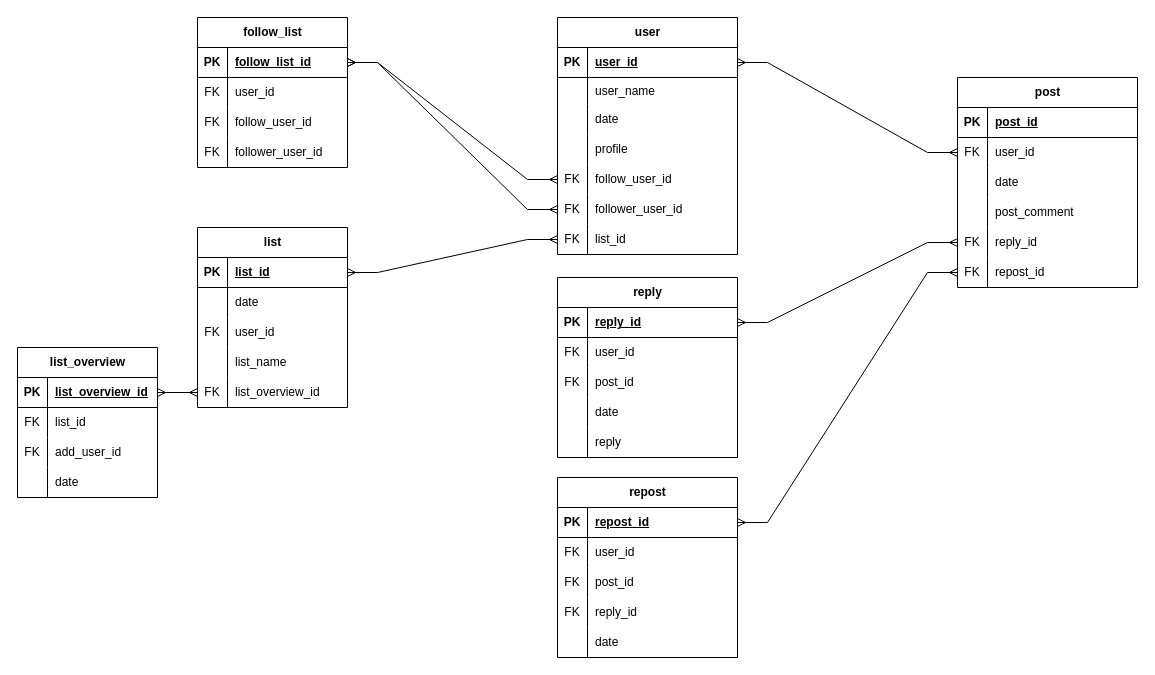
This is X.drawio from namacosansan/ER, a draw.io file, before an edit. Source tidied: cells renumbered, new cells numbered last; positions are measured from the earlier drawing's top-left corner, leaving out a move shared by most shapes. Both pictures are drawn from the tidied source at 100%, with x=0, y=0 at pixel (17, 17).
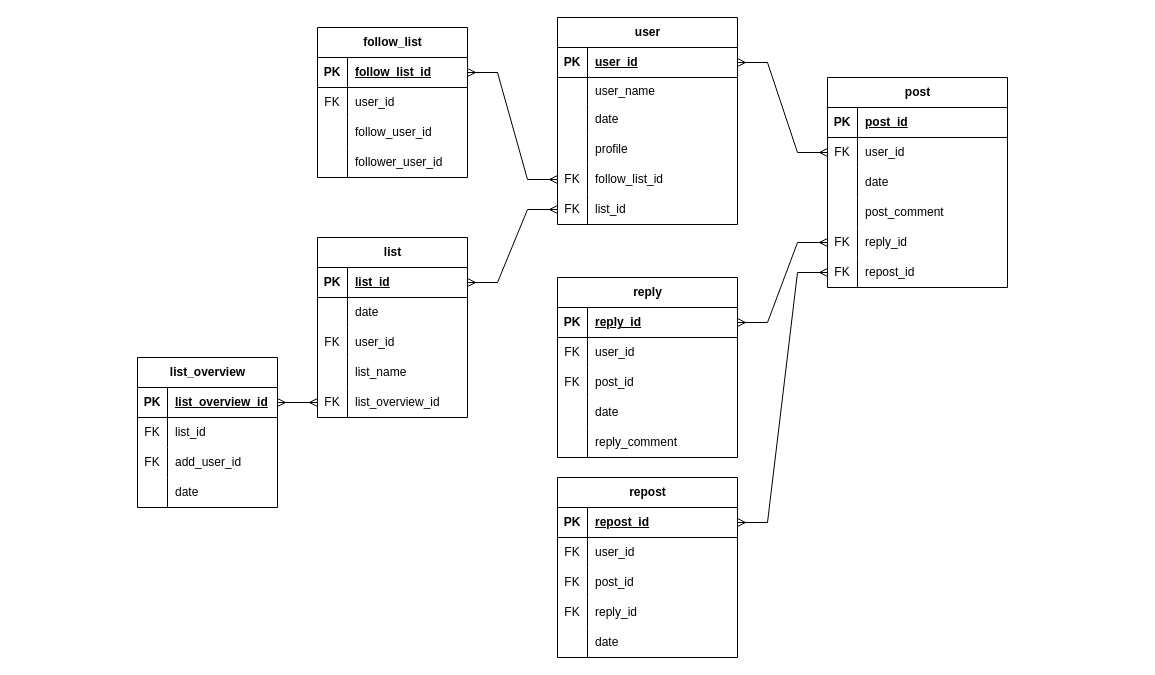
Above is the later version.

Commit message:
X.drawio を更新します

The change refers to these unchanged cells:
```xml
<mxCell id="15" style="shape=tableRow;horizontal=0;startSize=0;swimlaneHead=0;swimlaneBody=0;fillColor=none;points=[[0,0.5],[1,0.5]];portConstraint=eastwest;top=0;left=0;right=0;bottom=0;" parent="2" vertex="1">
  <mxGeometry y="147" width="180" height="30" as="geometry" />
</mxCell>
<mxCell id="37" style="shape=tableRow;horizontal=0;startSize=0;swimlaneHead=0;swimlaneBody=0;fillColor=none;top=0;left=0;right=0;bottom=0;" parent="24" vertex="1">
  <mxGeometry y="150" width="180" height="30" as="geometry" />
</mxCell>
<mxCell id="86" style="shape=tableRow;horizontal=0;startSize=0;swimlaneHead=0;swimlaneBody=0;fillColor=none;points=[[0,0.5],[1,0.5]];portConstraint=eastwest;top=0;left=0;right=0;bottom=1;" parent="85" vertex="1">
  <mxGeometry y="30" width="150" height="30" as="geometry" />
</mxCell>
<mxCell id="92" style="shape=tableRow;horizontal=0;startSize=0;swimlaneHead=0;swimlaneBody=0;fillColor=none;top=0;left=0;right=0;bottom=0;" parent="85" vertex="1">
  <mxGeometry y="90" width="150" height="30" as="geometry" />
</mxCell>
<mxCell id="95" style="shape=tableRow;horizontal=0;startSize=0;swimlaneHead=0;swimlaneBody=0;fillColor=none;top=0;left=0;right=0;bottom=0;" parent="85" vertex="1">
  <mxGeometry y="120" width="150" height="30" as="geometry" />
</mxCell>
```

Diff of the diagram source:
```diff
@@
     <mxCell id="2" value="user" style="shape=table;startSize=30;childLayout=tableLayout;rowLines=0;fontStyle=1;align=center;html=1;" parent="1" vertex="1">
-      <mxGeometry x="540" width="180" height="237" as="geometry" />
+      <mxGeometry x="540" width="180" height="207" as="geometry" />
     </mxCell>
@@
-    <mxCell id="17" value="follow_user_id" style="shape=partialRectangle;fillColor=none;top=0;left=0;bottom=0;right=0;align=left;spacingLeft=6;overflow=hidden;whiteSpace=wrap;html=1;" parent="15" vertex="1">
+    <mxCell id="17" value="follow_list_id" style="shape=partialRectangle;fillColor=none;top=0;left=0;bottom=0;right=0;align=left;spacingLeft=6;overflow=hidden;whiteSpace=wrap;html=1;" parent="15" vertex="1">
       <mxGeometry x="30" width="150" height="30" as="geometry" />
     </mxCell>
-    <mxCell id="18" style="shape=tableRow;horizontal=0;startSize=0;swimlaneHead=0;swimlaneBody=0;fillColor=none;points=[[0,0.5],[1,0.5]];portConstraint=eastwest;top=0;left=0;right=0;bottom=0;" parent="2" vertex="1">
-      <mxGeometry y="177" width="180" height="30" as="geometry" />
-    </mxCell>
-    <mxCell id="19" value="FK" style="shape=partialRectangle;fillColor=none;top=0;left=0;bottom=0;right=0;overflow=hidden;whiteSpace=wrap;html=1;" parent="18" vertex="1">
-      <mxGeometry width="30" height="30" as="geometry" />
-    </mxCell>
-    <mxCell id="20" value="follower_user_id" style="shape=partialRectangle;fillColor=none;top=0;left=0;bottom=0;right=0;align=left;spacingLeft=6;overflow=hidden;whiteSpace=wrap;html=1;" parent="18" vertex="1">
-      <mxGeometry x="30" width="150" height="30" as="geometry" />
-    </mxCell>
     <mxCell id="21" style="shape=tableRow;horizontal=0;startSize=0;swimlaneHead=0;swimlaneBody=0;fillColor=none;points=[[0,0.5],[1,0.5]];portConstraint=eastwest;top=0;left=0;right=0;bottom=0;" parent="2" vertex="1">
-      <mxGeometry y="207" width="180" height="30" as="geometry" />
+      <mxGeometry y="177" width="180" height="30" as="geometry" />
     </mxCell>
@@
-    <mxCell id="39" value="reply" style="shape=partialRectangle;fillColor=none;top=0;left=0;bottom=0;right=0;align=left;spacingLeft=6;overflow=hidden;whiteSpace=wrap;html=1;" parent="37" vertex="1">
+    <mxCell id="39" value="reply_comment" style="shape=partialRectangle;fillColor=none;top=0;left=0;bottom=0;right=0;align=left;spacingLeft=6;overflow=hidden;whiteSpace=wrap;html=1;" parent="37" vertex="1">
       <mxGeometry x="30" width="150" height="30" as="geometry" />
     </mxCell>
@@
     <mxCell id="56" value="list_overview" style="shape=table;startSize=30;childLayout=tableLayout;rowLines=0;fontStyle=1;align=center;html=1;" parent="1" vertex="1">
-      <mxGeometry y="330" width="140" height="150" as="geometry" />
+      <mxGeometry x="120" y="340" width="140" height="150" as="geometry" />
     </mxCell>
@@
     <mxCell id="69" value="list" style="shape=table;startSize=30;childLayout=tableLayout;rowLines=0;fontStyle=1;align=center;html=1;" parent="1" vertex="1">
-      <mxGeometry x="180" y="210" width="150" height="180" as="geometry" />
+      <mxGeometry x="300" y="220" width="150" height="180" as="geometry" />
     </mxCell>
@@
     <mxCell id="85" value="follow_list" style="shape=table;startSize=30;childLayout=tableLayout;rowLines=0;fontStyle=1;align=center;html=1;" parent="1" vertex="1">
-      <mxGeometry x="180" width="150" height="150" as="geometry" />
+      <mxGeometry x="300" y="10" width="150" height="150" as="geometry" />
     </mxCell>
@@
-    <mxCell id="93" value="FK" style="shape=partialRectangle;fillColor=none;top=0;left=0;bottom=0;right=0;overflow=hidden;whiteSpace=wrap;html=1;" parent="92" vertex="1">
+    <mxCell id="93" style="shape=partialRectangle;fillColor=none;top=0;left=0;bottom=0;right=0;overflow=hidden;whiteSpace=wrap;html=1;" parent="92" vertex="1">
       <mxGeometry width="30" height="30" as="geometry" />
     </mxCell>
@@
-    <mxCell id="96" value="FK" style="shape=partialRectangle;fillColor=none;top=0;left=0;bottom=0;right=0;overflow=hidden;whiteSpace=wrap;html=1;" parent="95" vertex="1">
+    <mxCell id="96" style="shape=partialRectangle;fillColor=none;top=0;left=0;bottom=0;right=0;overflow=hidden;whiteSpace=wrap;html=1;" parent="95" vertex="1">
       <mxGeometry width="30" height="30" as="geometry" />
     </mxCell>
@@
     <mxCell id="98" value="post" style="shape=table;startSize=30;childLayout=tableLayout;rowLines=0;fontStyle=1;align=center;html=1;" parent="1" vertex="1">
-      <mxGeometry x="940" y="60" width="180" height="210" as="geometry" />
+      <mxGeometry x="810" y="60" width="180" height="210" as="geometry" />
     </mxCell>
@@
-    <mxCell id="118" style="edgeStyle=entityRelationEdgeStyle;fontSize=12;html=1;endArrow=ERmany;startArrow=ERmany;rounded=0;entryX=0;entryY=0.5;entryDx=0;entryDy=0;exitX=1;exitY=0.5;exitDx=0;exitDy=0;" parent="1" edge="1" source="86" target="18">
-      <mxGeometry relative="1" as="geometry" />
-    </mxCell>
```
